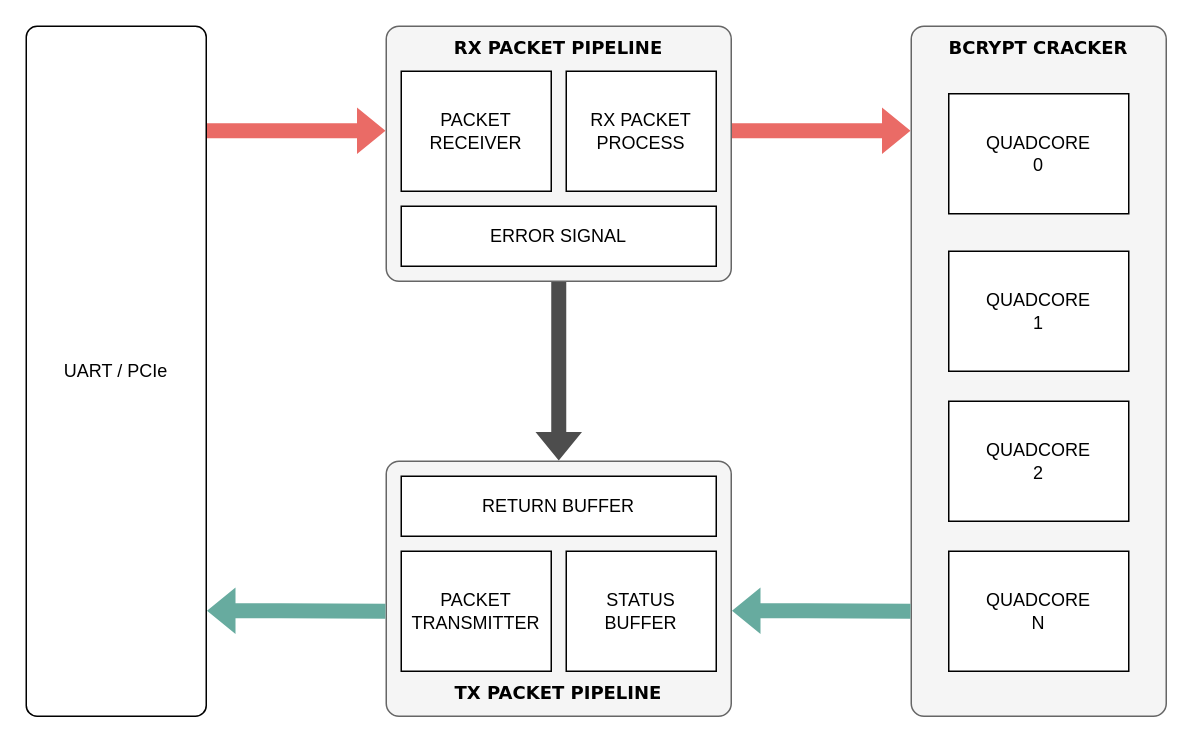
This is page "top_rev2" (2 of 9) of assets/drawio/uart_communication_protocol.drawio from Djokzer/fpga_bruteforce_attack, a draw.io file, before an edit. Source tidied: cells renumbered, new cells numbered last; positions are measured from the earlier drawing's top-left corner, leaving out a move shared by most shapes. Both pictures are drawn from the tidied source at 150%, with x=0, y=0 at pixel (26, 26).
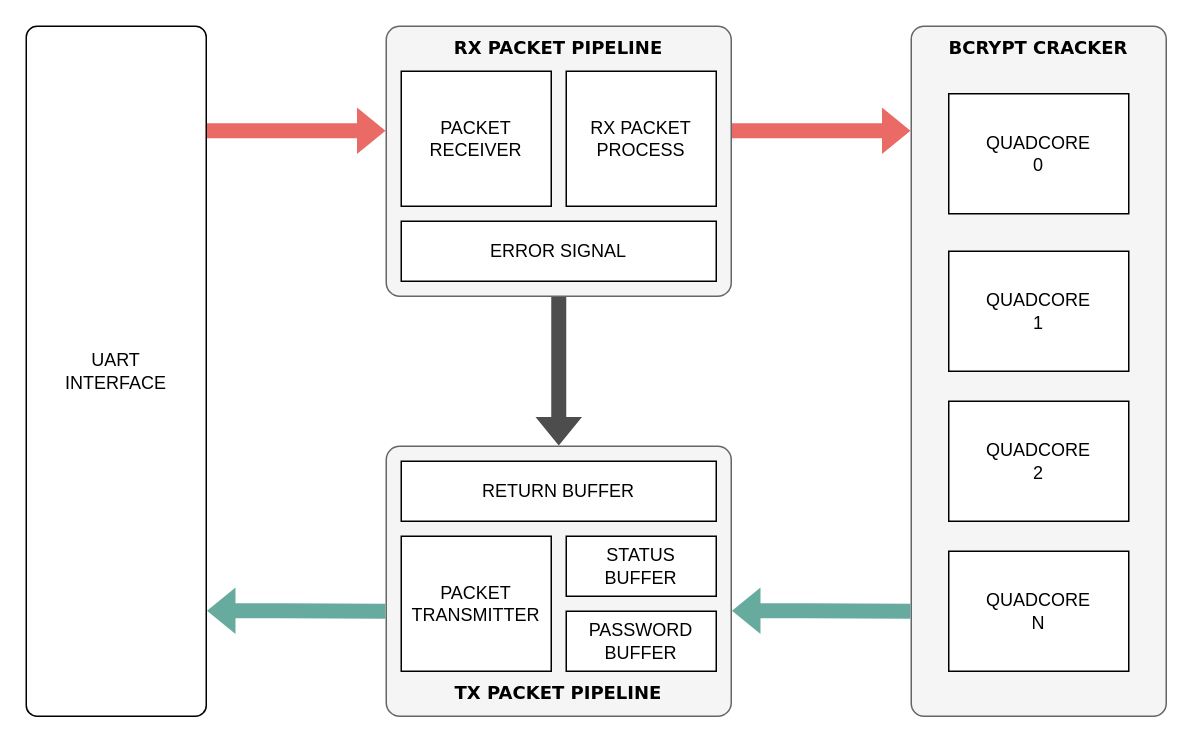
The same diagram, later.

The edit, as a diff of the source:
```diff
@@
     <mxCell id="3" style="rounded=1;whiteSpace=wrap;html=1;fillColor=#f5f5f5;fontColor=#333333;strokeColor=#666666;arcSize=5;" parent="1" vertex="1">
-      <mxGeometry x="240" width="230" height="170" as="geometry" />
+      <mxGeometry x="240" width="230" height="180" as="geometry" />
     </mxCell>
     <mxCell id="4" value="PACKET&lt;div&gt;RECEIVER&lt;/div&gt;" style="rounded=0;whiteSpace=wrap;html=1;" parent="1" vertex="1">
-      <mxGeometry x="250" y="30" width="100" height="80" as="geometry" />
+      <mxGeometry x="250" y="30" width="100" height="90" as="geometry" />
     </mxCell>
     <mxCell id="5" value="RX PACKET&lt;div&gt;PROCESS&lt;/div&gt;" style="rounded=0;whiteSpace=wrap;html=1;" parent="1" vertex="1">
-      <mxGeometry x="360" y="30" width="100" height="80" as="geometry" />
+      <mxGeometry x="360" y="30" width="100" height="90" as="geometry" />
     </mxCell>
     <mxCell id="6" value="ERROR SIGNAL" style="rounded=0;whiteSpace=wrap;html=1;" parent="1" vertex="1">
-      <mxGeometry x="250" y="120" width="210" height="40" as="geometry" />
+      <mxGeometry x="250" y="130" width="210" height="40" as="geometry" />
     </mxCell>
@@
     <mxCell id="8" style="rounded=1;whiteSpace=wrap;html=1;fillColor=#f5f5f5;fontColor=#333333;strokeColor=#666666;arcSize=5;" parent="1" vertex="1">
-      <mxGeometry x="240" y="290" width="230" height="170" as="geometry" />
+      <mxGeometry x="240" y="280" width="230" height="180" as="geometry" />
     </mxCell>
     <mxCell id="9" value="PACKET&lt;div&gt;TRANSMITTER&lt;/div&gt;" style="rounded=0;whiteSpace=wrap;html=1;" parent="1" vertex="1">
-      <mxGeometry x="250" y="350" width="100" height="80" as="geometry" />
+      <mxGeometry x="250" y="340" width="100" height="90" as="geometry" />
     </mxCell>
     <mxCell id="10" value="RETURN BUFFER" style="rounded=0;whiteSpace=wrap;html=1;" parent="1" vertex="1">
-      <mxGeometry x="250" y="300" width="210" height="40" as="geometry" />
+      <mxGeometry x="250" y="290" width="210" height="40" as="geometry" />
     </mxCell>
@@
     <mxCell id="12" value="STATUS&lt;div&gt;BUFFER&lt;/div&gt;" style="rounded=0;whiteSpace=wrap;html=1;" parent="1" vertex="1">
-      <mxGeometry x="360" y="350" width="100" height="80" as="geometry" />
+      <mxGeometry x="360" y="340" width="100" height="40" as="geometry" />
     </mxCell>
@@
-    <mxCell id="17" value="UART / PCIe" style="rounded=1;whiteSpace=wrap;html=1;arcSize=6;" parent="1" vertex="1">
+    <mxCell id="17" value="&lt;div&gt;UART&lt;/div&gt;&lt;div&gt;INTERFACE&lt;br&gt;&lt;/div&gt;" style="rounded=1;whiteSpace=wrap;html=1;arcSize=6;" parent="1" vertex="1">
       <mxGeometry width="120" height="460" as="geometry" />
     </mxCell>
@@
+    <mxCell id="24" value="PASSWORD&lt;div&gt;BUFFER&lt;/div&gt;" style="rounded=0;whiteSpace=wrap;html=1;" parent="1" vertex="1">
+      <mxGeometry x="360" y="390" width="100" height="40" as="geometry" />
+    </mxCell>
```
